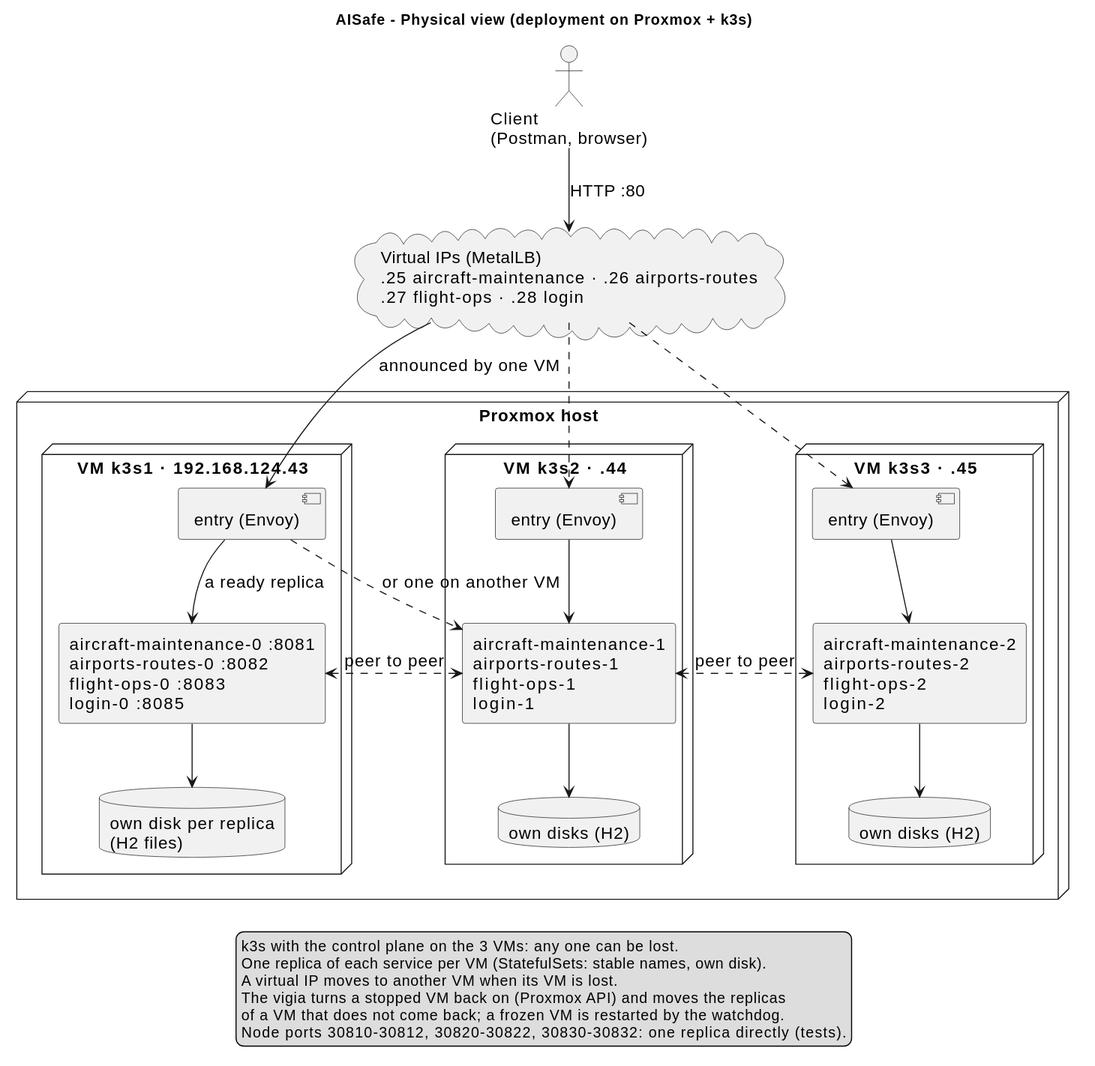
miguelsiilva1/sidis_group7_3da keeps this PlantUML diagram as docs/svg/physical-view.svg. Above is the earlier version.
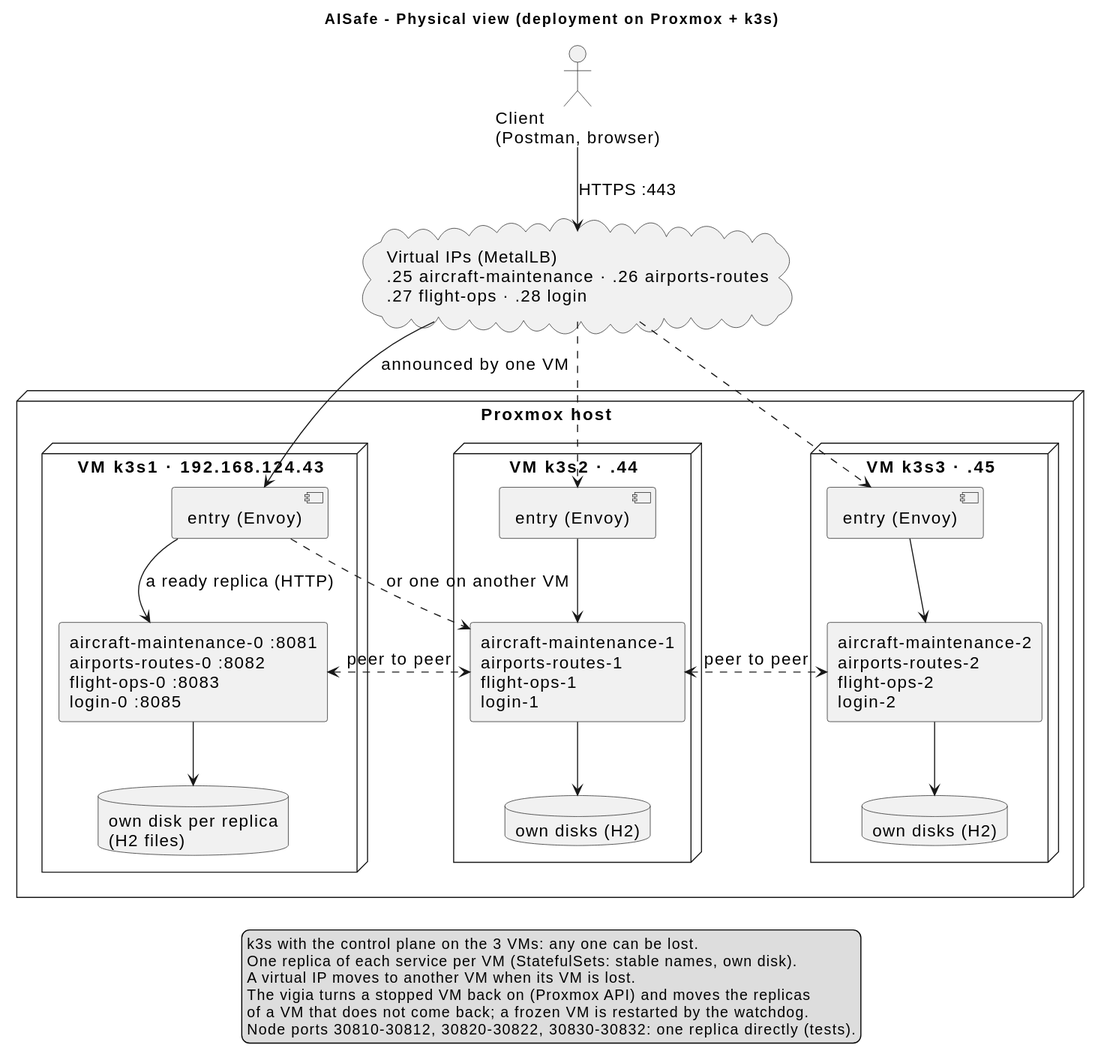
Above is the later version.

Diff of the diagram source:
```diff
@@ -26,11 +26,11 @@
   }
 }
 
-client --> vips : HTTP :80
+client --> vips : HTTPS :443
 vips --> e1 : announced by one VM
 vips ..> e2
 vips ..> e3
-e1 --> p1 : a ready replica
+e1 --> p1 : a ready replica (HTTP)
 e2 --> p2
 e3 --> p3
 e1 -[dashed,norank]-> p2 : or one on another VM
```
